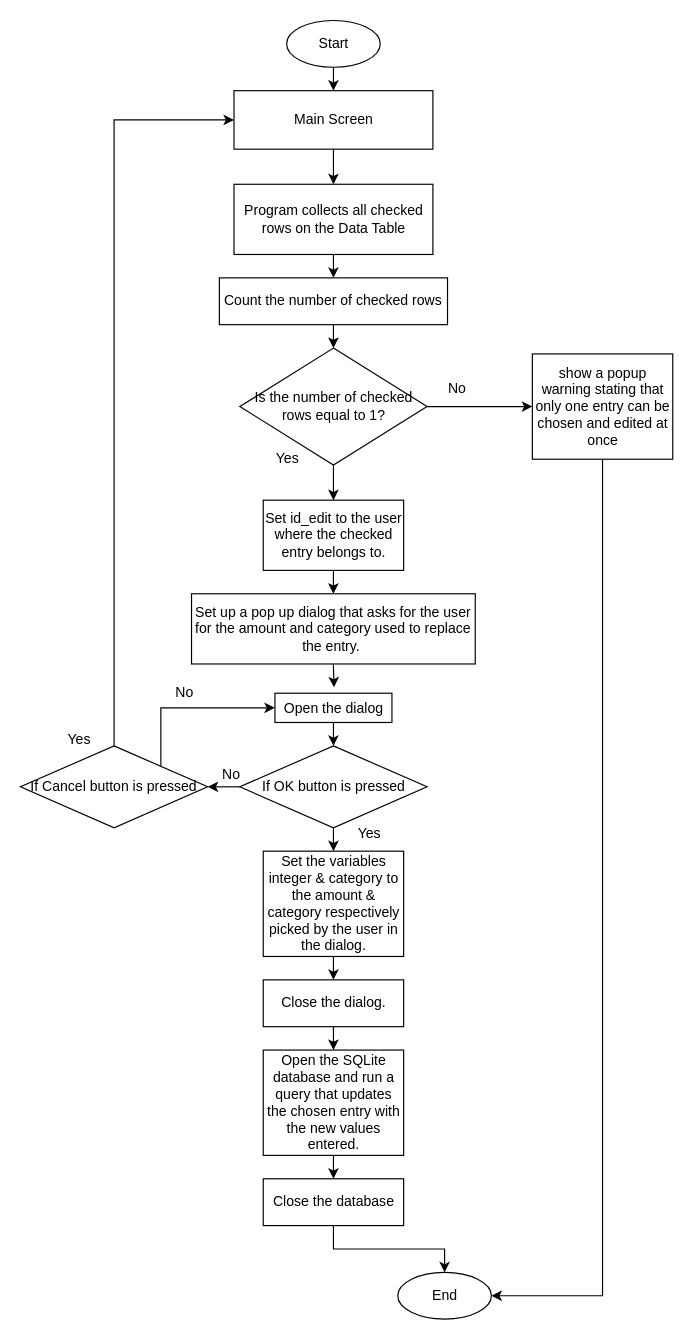
This is page "fc_1" (1 of 5) of Project/src/Untitled Diagram.drawio from zelaneroz/unit-3, a draw.io file, before an edit. Source tidied: cells renumbered, new cells numbered last; positions are measured from the earlier drawing's top-left corner, leaving out a move shared by most shapes. Both pictures are drawn from the tidied source at 117%, with x=0, y=0 at pixel (20, 20).
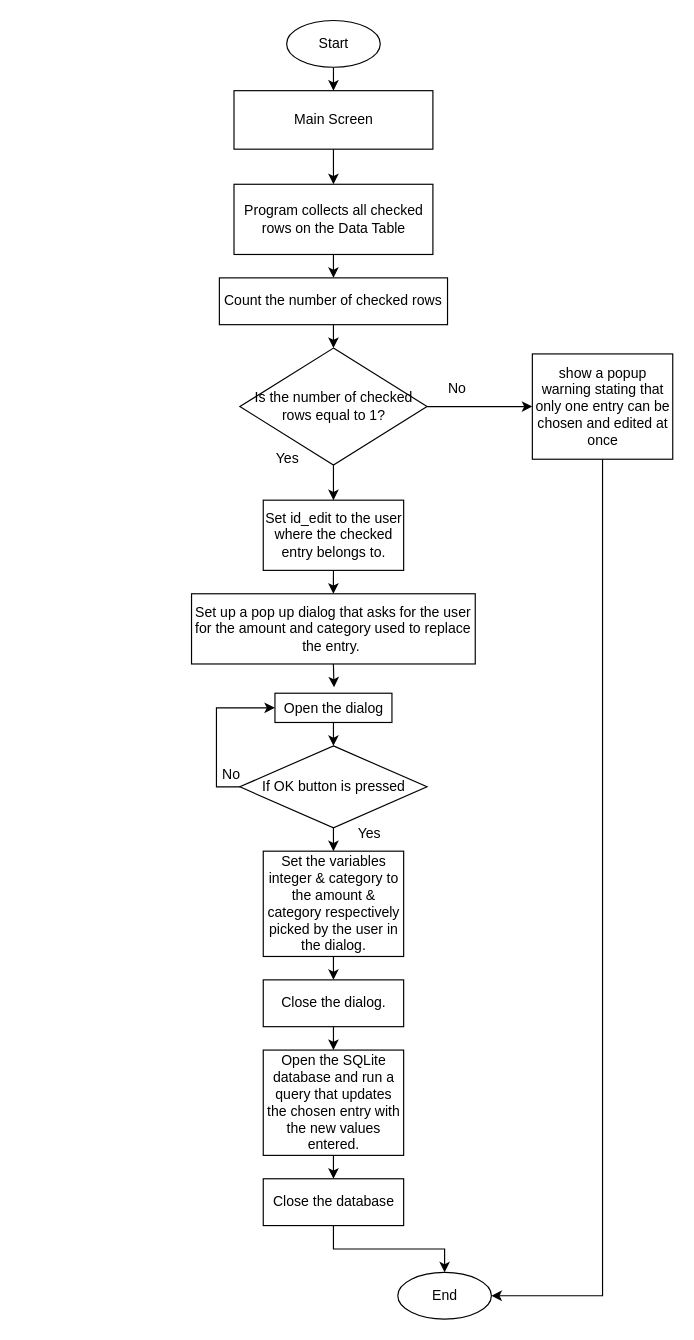
Above is the later version.

Unchanged cells that the change refers to:
```xml
<mxCell id="20" value="If OK button is pressed" style="rhombus;whiteSpace=wrap;html=1;" parent="1" vertex="1">
  <mxGeometry x="187.5" y="620" width="160" height="70" as="geometry" />
</mxCell>
<mxCell id="31" value="Main Screen" style="rounded=0;whiteSpace=wrap;html=1;" parent="1" vertex="1">
  <mxGeometry x="182.5" y="60" width="170" height="50" as="geometry" />
</mxCell>
<mxCell id="41" value="Open the dialog" style="rounded=0;whiteSpace=wrap;html=1;" parent="1" vertex="1">
  <mxGeometry x="217.5" y="575" width="100" height="25" as="geometry" />
</mxCell>
```

Diff of the diagram source:
```diff
@@
-    <mxCell id="19" style="edgeStyle=orthogonalEdgeStyle;rounded=0;jettySize=auto;html=1;exitX=0;exitY=0.5;exitDx=0;exitDy=0;entryX=1;entryY=0.5;entryDx=0;entryDy=0;" parent="1" edge="1" source="20" target="35">
+    <mxCell id="19" style="edgeStyle=orthogonalEdgeStyle;rounded=0;jettySize=auto;html=1;exitX=0;exitY=0.5;exitDx=0;exitDy=0;entryX=0;entryY=0.5;entryDx=0;entryDy=0;" parent="1" edge="1" source="20" target="41">
       <mxGeometry relative="1" as="geometry" />
     </mxCell>
@@
-    <mxCell id="33" style="edgeStyle=orthogonalEdgeStyle;rounded=0;jettySize=auto;html=1;exitX=0.5;exitY=0;exitDx=0;exitDy=0;entryX=0;entryY=0.5;entryDx=0;entryDy=0;" parent="1" edge="1" source="35" target="31">
-      <mxGeometry relative="1" as="geometry" />
-    </mxCell>
-    <mxCell id="34" style="edgeStyle=orthogonalEdgeStyle;rounded=0;jettySize=auto;html=1;exitX=1;exitY=0;exitDx=0;exitDy=0;entryX=0;entryY=0.5;entryDx=0;entryDy=0;" parent="1" edge="1" source="35" target="41">
-      <mxGeometry relative="1" as="geometry">
-        <Array as="points">
-          <mxPoint x="120" y="587" />
-        </Array>
-      </mxGeometry>
-    </mxCell>
-    <mxCell id="35" value="If Cancel button is pressed" style="rhombus;whiteSpace=wrap;html=1;" parent="1" vertex="1">
-      <mxGeometry y="620" width="160" height="70" as="geometry" />
-    </mxCell>
-    <mxCell id="36" value="Yes" style="text;html=1;align=center;verticalAlign=middle;strokeColor=none;fillColor=none;" parent="1" vertex="1">
-      <mxGeometry x="30" y="600" width="40" height="30" as="geometry" />
-    </mxCell>
-    <mxCell id="37" value="No" style="text;html=1;align=center;verticalAlign=middle;strokeColor=none;fillColor=none;" parent="1" vertex="1">
-      <mxGeometry x="120" y="560" width="40" height="30" as="geometry" />
-    </mxCell>
```
